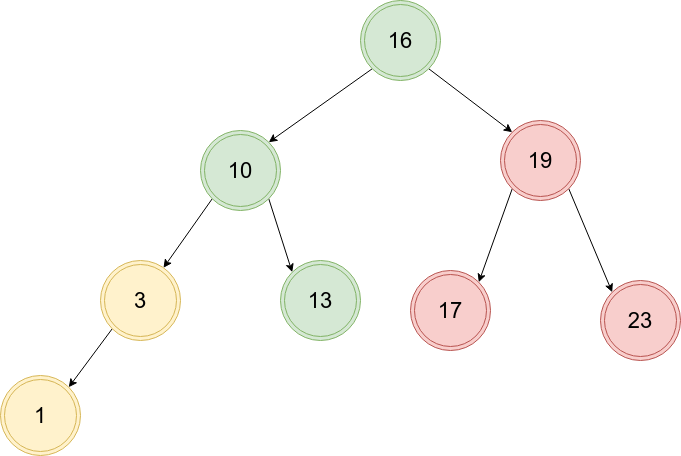
The draw.io diagram algrithem/order_table/sb_rr_左旋.drawio.png in muxicode/c153080686, before a commit. Source tidied: cells renumbered, new cells last; positions are measured from the earlier drawing's top-left corner, leaving out a move shared by most shapes. Its diagram source:
```xml
<mxGraphModel>
  <root>
    <mxCell id="0" />
    <mxCell id="1" parent="0" />
    <mxCell id="2" style="rounded=0;jettySize=auto;html=1;exitX=0;exitY=1;exitDx=0;exitDy=0;entryX=1;entryY=0;entryDx=0;entryDy=0;" parent="1" edge="1" source="3" target="10">
      <mxGeometry relative="1" as="geometry" />
    </mxCell>
    <mxCell id="3" value="&lt;span style=&quot;font-size: 22px;&quot;&gt;3&lt;/span&gt;" style="ellipse;shape=doubleEllipse;whiteSpace=wrap;html=1;fillColor=#fff2cc;strokeColor=#d6b656;" parent="1" vertex="1">
      <mxGeometry x="100" y="260" width="80" height="80" as="geometry" />
    </mxCell>
    <mxCell id="4" style="rounded=0;jettySize=auto;html=1;exitX=1;exitY=1;exitDx=0;exitDy=0;entryX=0;entryY=0;entryDx=0;entryDy=0;" parent="1" edge="1" source="6" target="14">
      <mxGeometry relative="1" as="geometry" />
    </mxCell>
    <mxCell id="5" style="rounded=0;jettySize=auto;html=1;exitX=0;exitY=1;exitDx=0;exitDy=0;entryX=1;entryY=0;entryDx=0;entryDy=0;" parent="1" edge="1" source="6" target="9">
      <mxGeometry relative="1" as="geometry" />
    </mxCell>
    <mxCell id="6" value="&lt;font style=&quot;font-size: 22px;&quot;&gt;16&lt;/font&gt;" style="ellipse;shape=doubleEllipse;whiteSpace=wrap;html=1;fillColor=#d5e8d4;strokeColor=#82b366;" parent="1" vertex="1">
      <mxGeometry x="360" width="80" height="80" as="geometry" />
    </mxCell>
    <mxCell id="7" style="rounded=0;jettySize=auto;html=1;exitX=0;exitY=1;exitDx=0;exitDy=0;" parent="1" edge="1" source="9" target="3">
      <mxGeometry relative="1" as="geometry" />
    </mxCell>
    <mxCell id="8" style="rounded=0;jettySize=auto;html=1;exitX=1;exitY=1;exitDx=0;exitDy=0;entryX=0;entryY=0;entryDx=0;entryDy=0;" parent="1" edge="1" source="9" target="11">
      <mxGeometry relative="1" as="geometry" />
    </mxCell>
    <mxCell id="9" value="&lt;font style=&quot;font-size: 22px;&quot;&gt;10&lt;/font&gt;" style="ellipse;shape=doubleEllipse;whiteSpace=wrap;html=1;fillColor=#d5e8d4;strokeColor=#82b366;" parent="1" vertex="1">
      <mxGeometry x="200" y="130" width="80" height="80" as="geometry" />
    </mxCell>
    <mxCell id="10" value="&lt;span style=&quot;font-size: 22px;&quot;&gt;1&lt;/span&gt;" style="ellipse;shape=doubleEllipse;whiteSpace=wrap;html=1;fillColor=#fff2cc;strokeColor=#d6b656;" parent="1" vertex="1">
      <mxGeometry y="375" width="80" height="80" as="geometry" />
    </mxCell>
    <mxCell id="11" value="&lt;font style=&quot;font-size: 22px;&quot;&gt;13&lt;/font&gt;" style="ellipse;shape=doubleEllipse;whiteSpace=wrap;html=1;fillColor=#d5e8d4;strokeColor=#82b366;" parent="1" vertex="1">
      <mxGeometry x="280" y="260" width="80" height="80" as="geometry" />
    </mxCell>
    <mxCell id="12" style="rounded=0;jettySize=auto;html=1;exitX=0;exitY=1;exitDx=0;exitDy=0;entryX=1;entryY=0;entryDx=0;entryDy=0;" parent="1" edge="1" source="14" target="16">
      <mxGeometry relative="1" as="geometry" />
    </mxCell>
    <mxCell id="13" style="rounded=0;jettySize=auto;html=1;exitX=1;exitY=1;exitDx=0;exitDy=0;entryX=0;entryY=0;entryDx=0;entryDy=0;" parent="1" edge="1" source="14" target="15">
      <mxGeometry relative="1" as="geometry" />
    </mxCell>
    <mxCell id="14" value="&lt;font style=&quot;font-size: 22px;&quot;&gt;19&lt;/font&gt;" style="ellipse;shape=doubleEllipse;whiteSpace=wrap;html=1;fillColor=#f8cecc;strokeColor=#b85450;" parent="1" vertex="1">
      <mxGeometry x="500" y="120" width="80" height="80" as="geometry" />
    </mxCell>
    <mxCell id="15" value="&lt;font style=&quot;font-size: 22px;&quot;&gt;23&lt;/font&gt;" style="ellipse;shape=doubleEllipse;whiteSpace=wrap;html=1;fillColor=#f8cecc;strokeColor=#b85450;" parent="1" vertex="1">
      <mxGeometry x="600" y="280" width="80" height="80" as="geometry" />
    </mxCell>
    <mxCell id="16" value="&lt;font style=&quot;font-size: 22px;&quot;&gt;17&lt;/font&gt;" style="ellipse;shape=doubleEllipse;whiteSpace=wrap;html=1;fillColor=#f8cecc;strokeColor=#b85450;" parent="1" vertex="1">
      <mxGeometry x="410" y="270" width="80" height="80" as="geometry" />
    </mxCell>
  </root>
</mxGraphModel>
```
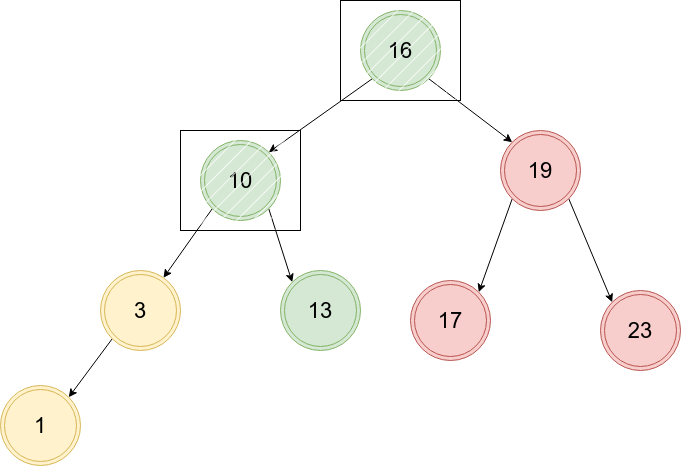
The same diagram one commit later.

The edit, as a diff of the source:
```diff
@@ -47,5 +47,11 @@
     <mxCell id="16" value="&lt;font style=&quot;font-size: 22px;&quot;&gt;17&lt;/font&gt;" style="ellipse;shape=doubleEllipse;whiteSpace=wrap;html=1;fillColor=#f8cecc;strokeColor=#b85450;" parent="1" vertex="1">
       <mxGeometry x="410" y="270" width="80" height="80" as="geometry" />
     </mxCell>
+    <mxCell id="17" style="rounded=0;whiteSpace=wrap;html=1;fillStyle=hatch;" parent="1" vertex="1">
+      <mxGeometry x="180" y="120" width="120" height="100" as="geometry" />
+    </mxCell>
+    <mxCell id="18" style="rounded=0;whiteSpace=wrap;html=1;fillStyle=hatch;" parent="1" vertex="1">
+      <mxGeometry x="340" y="-10" width="120" height="100" as="geometry" />
+    </mxCell>
   </root>
 </mxGraphModel>
```
